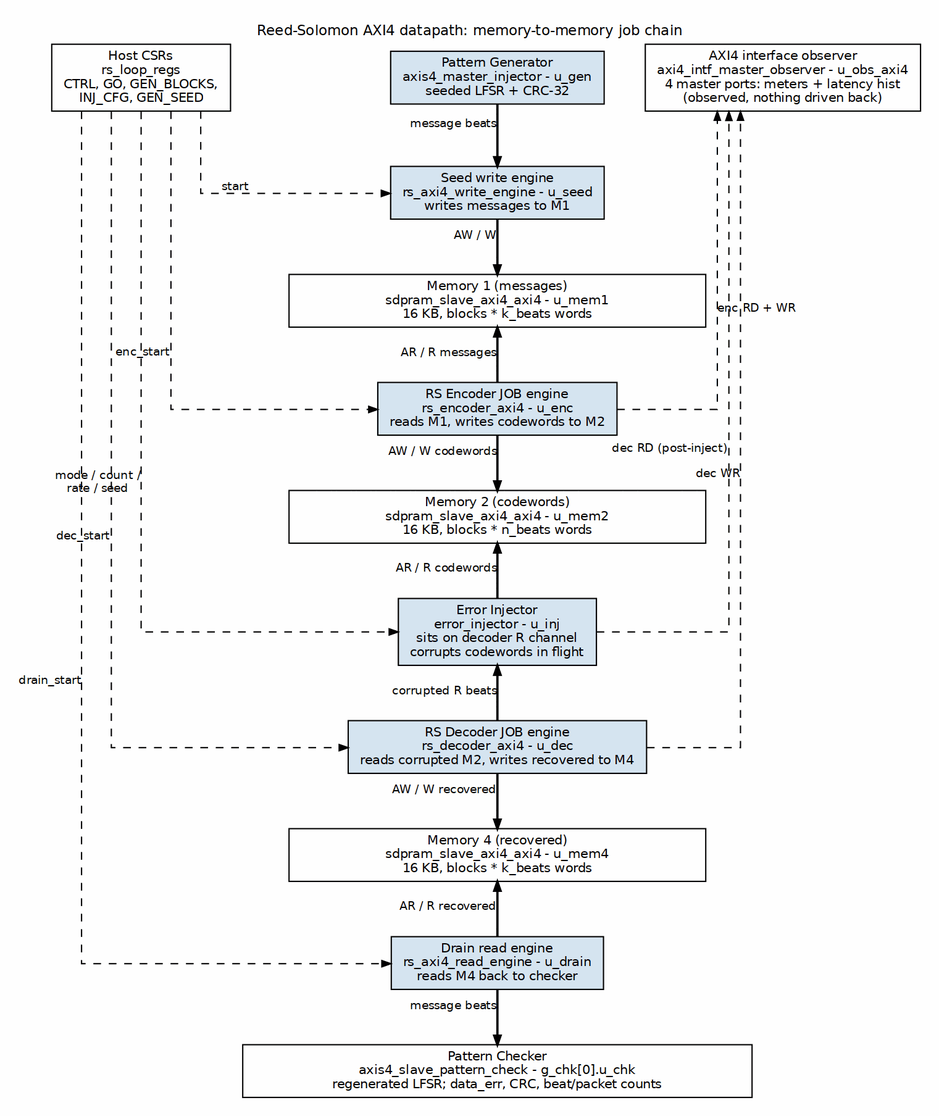
Before: projects/fpga-systems/Genesys2/ecc-ip/reed-solomon/docs/rs_uart_harness/assets/graphviz/03_rs_axi4_pipeline.png, a diagram exported from Graphviz (sean-galloway/RTLDesignSherpa). Its source is kept beside it as projects/fpga-systems/Genesys2/ecc-ip/reed-solomon/docs/rs_uart_harness/assets/graphviz/03_rs_axi4_pipeline.dot.
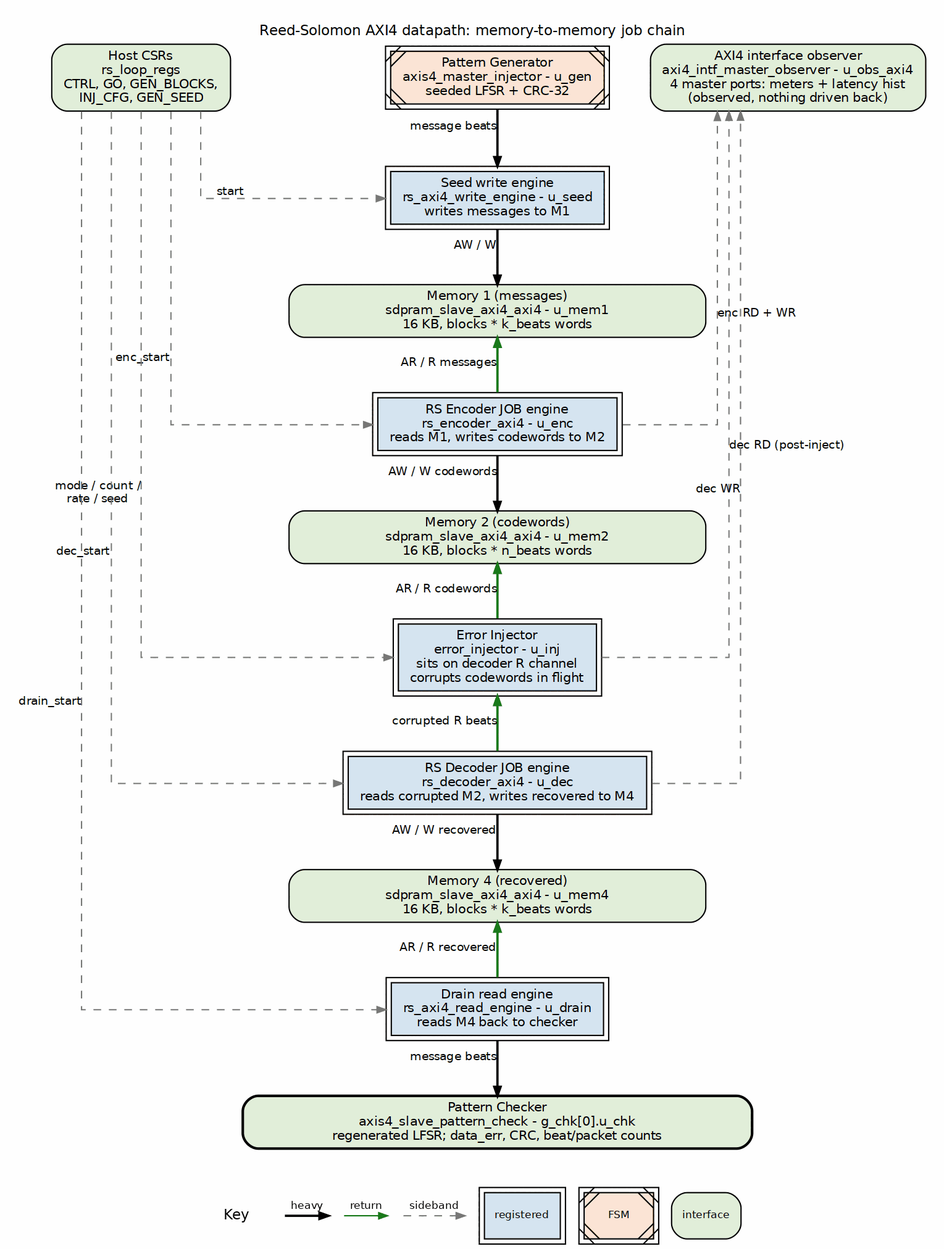
Later version of the same file.

The edit, as a diff of the source:
```diff
@@ -4,31 +4,31 @@
            labelloc=t, labeljust=c, pad="0.2",
            label="Reed-Solomon AXI4 datapath: memory-to-memory job chain"];
     node  [fontname="Helvetica", fontsize=10, shape=box, style=filled,
-           fillcolor="#D6E4F0", color="black", margin="0.12,0.06"];
+           fillcolor="white", color="black", margin="0.12,0.06"];
     edge  [fontname="Helvetica", fontsize=9, color="black", arrowsize=0.7];
 
-    csr  [group=L, label="Host CSRs\nrs_loop_regs\nCTRL, GO, GEN_BLOCKS,\nINJ_CFG, GEN_SEED", fillcolor="white"];
-    gen  [group=C, label="Pattern Generator\naxis4_master_injector - u_gen\nseeded LFSR + CRC-32"];
+    csr  [group=L, label="Host CSRs\nrs_loop_regs\nCTRL, GO, GEN_BLOCKS,\nINJ_CFG, GEN_SEED", fillcolor="white", style="rounded,filled", fillcolor="#E2EFDA"];
+    gen  [group=C, label="Pattern Generator\naxis4_master_injector - u_gen\nseeded LFSR + CRC-32", peripheries=2, style="filled,diagonals", fillcolor="#FCE4D6"];
 
-    seed [group=C, label="Seed write engine\nrs_axi4_write_engine - u_seed\nwrites messages to M1"];
-    m1   [group=C, label="Memory 1 (messages)\nsdpram_slave_axi4_axi4 - u_mem1\n16 KB, blocks * k_beats words", fillcolor="white", width=4.5];
-    enc  [group=C, label="RS Encoder JOB engine\nrs_encoder_axi4 - u_enc\nreads M1, writes codewords to M2"];
-    m2   [group=C, label="Memory 2 (codewords)\nsdpram_slave_axi4_axi4 - u_mem2\n16 KB, blocks * n_beats words", fillcolor="white", width=4.5];
+    seed [group=C, label="Seed write engine\nrs_axi4_write_engine - u_seed\nwrites messages to M1", peripheries=2, style="filled", fillcolor="#D6E4F0"];
+    m1   [group=C, label="Memory 1 (messages)\nsdpram_slave_axi4_axi4 - u_mem1\n16 KB, blocks * k_beats words", fillcolor="white", width=4.5, style="rounded,filled", fillcolor="#E2EFDA"];
+    enc  [group=C, label="RS Encoder JOB engine\nrs_encoder_axi4 - u_enc\nreads M1, writes codewords to M2", peripheries=2, style="filled", fillcolor="#D6E4F0"];
+    m2   [group=C, label="Memory 2 (codewords)\nsdpram_slave_axi4_axi4 - u_mem2\n16 KB, blocks * n_beats words", fillcolor="white", width=4.5, style="rounded,filled", fillcolor="#E2EFDA"];
 
-    inj  [group=C, label="Error Injector\nerror_injector - u_inj\nsits on decoder R channel\ncorrupts codewords in flight"];
-    dec  [group=C, label="RS Decoder JOB engine\nrs_decoder_axi4 - u_dec\nreads corrupted M2, writes recovered to M4"];
-    m4   [group=C, label="Memory 4 (recovered)\nsdpram_slave_axi4_axi4 - u_mem4\n16 KB, blocks * k_beats words", fillcolor="white", width=4.5];
-    drain [group=C, label="Drain read engine\nrs_axi4_read_engine - u_drain\nreads M4 back to checker"];
+    inj  [group=C, label="Error Injector\nerror_injector - u_inj\nsits on decoder R channel\ncorrupts codewords in flight", peripheries=2, style="filled", fillcolor="#D6E4F0"];
+    dec  [group=C, label="RS Decoder JOB engine\nrs_decoder_axi4 - u_dec\nreads corrupted M2, writes recovered to M4", peripheries=2, style="filled", fillcolor="#D6E4F0"];
+    m4   [group=C, label="Memory 4 (recovered)\nsdpram_slave_axi4_axi4 - u_mem4\n16 KB, blocks * k_beats words", fillcolor="white", width=4.5, style="rounded,filled", fillcolor="#E2EFDA"];
+    drain [group=C, label="Drain read engine\nrs_axi4_read_engine - u_drain\nreads M4 back to checker", peripheries=2, style="filled", fillcolor="#D6E4F0"];
 
-    obs  [group=R, label="AXI4 interface observer\naxi4_intf_master_observer - u_obs_axi4\n4 master ports: meters + latency hist\n(observed, nothing driven back)", fillcolor="white"];
+    obs  [group=R, label="AXI4 interface observer\naxi4_intf_master_observer - u_obs_axi4\n4 master ports: meters + latency hist\n(observed, nothing driven back)", fillcolor="white", style="rounded,filled", fillcolor="#E2EFDA"];
 
-    bar  [group=C, label="Pattern Checker\naxis4_slave_pattern_check - g_chk[0].u_chk\nregenerated LFSR; data_err, CRC, beat/packet counts", fillcolor="white", width=5.5];
+    bar  [group=C, label="Pattern Checker\naxis4_slave_pattern_check - g_chk[0].u_chk\nregenerated LFSR; data_err, CRC, beat/packet counts", fillcolor="white", width=5.5, style="rounded,filled,bold", fillcolor="#E2EFDA"];
 
-    csr -> seed [style=dashed, xlabel="start"];
-    csr -> enc  [style=dashed, xlabel="enc_start"];
-    csr -> inj  [style=dashed, xlabel="mode / count /\nrate / seed"];
-    csr -> dec  [style=dashed, xlabel="dec_start"];
-    csr -> drain [style=dashed, xlabel="drain_start"];
+    csr -> seed [style=dashed, color="#777777", xlabel="start"];
+    csr -> enc  [style=dashed, color="#777777", xlabel="enc_start"];
+    csr -> inj  [style=dashed, color="#777777", xlabel="mode / count /\nrate / seed"];
+    csr -> dec  [style=dashed, color="#777777", xlabel="dec_start"];
+    csr -> drain [style=dashed, color="#777777", xlabel="drain_start"];
 
     gen -> seed [penwidth=1.8, xlabel="message beats"];
     seed -> m1  [penwidth=1.8, xlabel="AW / W"];
@@ -36,12 +36,12 @@
     dec  -> m4  [penwidth=1.8, xlabel="AW / W recovered"];
     drain -> bar [penwidth=1.8, xlabel="message beats"];
 
-    m1 -> enc  [dir=back, penwidth=1.8, xlabel="AR / R messages"];
-    m2 -> inj  [dir=back, penwidth=1.8, xlabel="AR / R codewords"];
-    inj -> dec [dir=back, penwidth=1.8, xlabel="corrupted R beats"];
-    m4 -> drain [dir=back, penwidth=1.8, xlabel="AR / R recovered"];
+    m1 -> enc  [color="#1A7A1A", dir=back, penwidth=1.8, xlabel="AR / R messages"];
+    m2 -> inj  [color="#1A7A1A", dir=back, penwidth=1.8, xlabel="AR / R codewords"];
+    inj -> dec [color="#1A7A1A", dir=back, penwidth=1.8, xlabel="corrupted R beats"];
+    m4 -> drain [color="#1A7A1A", dir=back, penwidth=1.8, xlabel="AR / R recovered"];
 
-    enc  -> obs [style=dashed, constraint=false, xlabel="enc RD + WR"];
-    inj  -> obs [style=dashed, constraint=false, xlabel="dec RD (post-inject)"];
-    dec  -> obs [style=dashed, constraint=false, xlabel="dec WR"];
+    enc  -> obs [style=dashed, color="#777777", constraint=false, xlabel="enc RD + WR"];
+    inj  -> obs [style=dashed, color="#777777", constraint=false, xlabel="dec RD (post-inject)"];
+    dec  -> obs [style=dashed, color="#777777", constraint=false, xlabel="dec WR"];
 }
```
